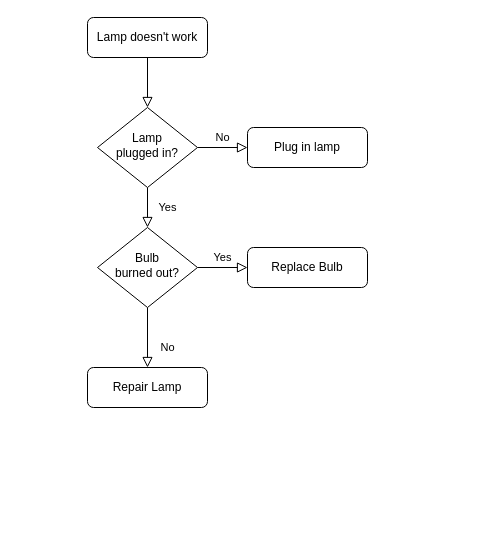
Above: Untitled Diagram.drawio in MrC-J-H/Lesson-11 (draw.io), before the change. Source tidied: cells renumbered, new cells numbered last; positions are measured from the earlier drawing's top-left corner, leaving out a move shared by most shapes. Both pictures are drawn from the tidied source at 100%, with x=0, y=0 at pixel (87, 17).
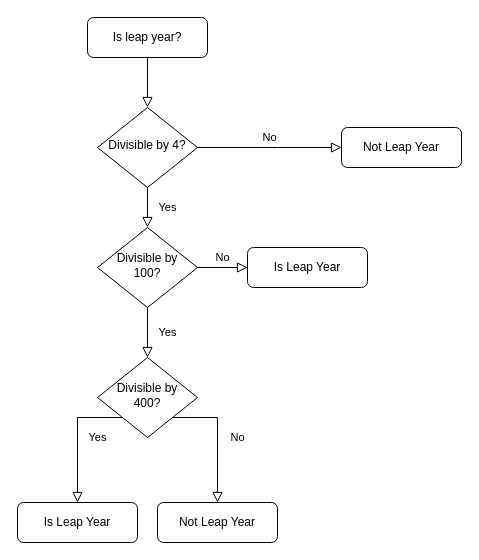
The same diagram, later.

Change to the diagram source:
```diff
@@
-    <mxCell id="3" value="Lamp doesn't work" style="rounded=1;whiteSpace=wrap;html=1;fontSize=12;glass=0;strokeWidth=1;shadow=0;" parent="1" vertex="1">
+    <mxCell id="3" value="Is leap year?" style="rounded=1;whiteSpace=wrap;html=1;fontSize=12;glass=0;strokeWidth=1;shadow=0;" parent="1" vertex="1">
       <mxGeometry width="120" height="40" as="geometry" />
     </mxCell>
     <mxCell id="4" value="Yes" style="rounded=0;html=1;jettySize=auto;fontSize=11;endArrow=block;endFill=0;endSize=8;strokeWidth=1;shadow=0;labelBackgroundColor=none;edgeStyle=orthogonalEdgeStyle;" parent="1" edge="1" source="6" target="10">
-      <mxGeometry y="20" relative="1" as="geometry" />
+      <mxGeometry y="20" relative="1" as="geometry">
+        <Array as="points">
+          <mxPoint x="60" y="200" />
+          <mxPoint x="60" y="200" />
+        </Array>
+      </mxGeometry>
     </mxCell>
     <mxCell id="5" value="No" style="edgeStyle=orthogonalEdgeStyle;rounded=0;html=1;jettySize=auto;fontSize=11;endArrow=block;endFill=0;endSize=8;strokeWidth=1;shadow=0;labelBackgroundColor=none;" parent="1" edge="1" source="6" target="7">
-      <mxGeometry y="10" relative="1" as="geometry" />
+      <mxGeometry y="10" relative="1" as="geometry">
+        <Array as="points">
+          <mxPoint x="190" y="130" />
+          <mxPoint x="190" y="130" />
+        </Array>
+      </mxGeometry>
     </mxCell>
-    <mxCell id="6" value="Lamp&lt;br&gt;plugged in?" style="rhombus;whiteSpace=wrap;html=1;shadow=0;fontFamily=Helvetica;fontSize=12;align=center;strokeWidth=1;spacing=6;spacingTop=-4;" parent="1" vertex="1">
+    <mxCell id="6" value="Divisible by 4?" style="rhombus;whiteSpace=wrap;html=1;shadow=0;fontFamily=Helvetica;fontSize=12;align=center;strokeWidth=1;spacing=6;spacingTop=-4;" parent="1" vertex="1">
       <mxGeometry x="10" y="90" width="100" height="80" as="geometry" />
     </mxCell>
-    <mxCell id="7" value="Plug in lamp" style="rounded=1;whiteSpace=wrap;html=1;fontSize=12;glass=0;strokeWidth=1;shadow=0;" parent="1" vertex="1">
-      <mxGeometry x="160" y="110" width="120" height="40" as="geometry" />
+    <mxCell id="7" value="Not Leap Year" style="rounded=1;whiteSpace=wrap;html=1;fontSize=12;glass=0;strokeWidth=1;shadow=0;" parent="1" vertex="1">
+      <mxGeometry x="254" y="110" width="120" height="40" as="geometry" />
     </mxCell>
-    <mxCell id="8" value="No" style="rounded=0;html=1;jettySize=auto;fontSize=11;endArrow=block;endFill=0;endSize=8;strokeWidth=1;shadow=0;labelBackgroundColor=none;edgeStyle=orthogonalEdgeStyle;" parent="1" edge="1" source="10" target="11">
-      <mxGeometry x="0.33" y="20" relative="1" as="geometry" />
-    </mxCell>
-    <mxCell id="9" value="Yes" style="edgeStyle=orthogonalEdgeStyle;rounded=0;html=1;jettySize=auto;fontSize=11;endArrow=block;endFill=0;endSize=8;strokeWidth=1;shadow=0;labelBackgroundColor=none;" parent="1" edge="1" source="10" target="12">
+    <mxCell id="9" value="No" style="edgeStyle=orthogonalEdgeStyle;rounded=0;html=1;jettySize=auto;fontSize=11;endArrow=block;endFill=0;endSize=8;strokeWidth=1;shadow=0;labelBackgroundColor=none;" parent="1" edge="1" source="10" target="12">
       <mxGeometry y="10" relative="1" as="geometry" />
     </mxCell>
-    <mxCell id="10" value="Bulb&lt;br&gt;burned out?" style="rhombus;whiteSpace=wrap;html=1;shadow=0;fontFamily=Helvetica;fontSize=12;align=center;strokeWidth=1;spacing=6;spacingTop=-4;" parent="1" vertex="1">
+    <mxCell id="10" value="Divisible by 100?" style="rhombus;whiteSpace=wrap;html=1;shadow=0;fontFamily=Helvetica;fontSize=12;align=center;strokeWidth=1;spacing=6;spacingTop=-4;" parent="1" vertex="1">
       <mxGeometry x="10" y="210" width="100" height="80" as="geometry" />
     </mxCell>
-    <mxCell id="11" value="Repair Lamp" style="rounded=1;whiteSpace=wrap;html=1;fontSize=12;glass=0;strokeWidth=1;shadow=0;" parent="1" vertex="1">
-      <mxGeometry y="350" width="120" height="40" as="geometry" />
+    <mxCell id="11" value="Is Leap Year" style="rounded=1;whiteSpace=wrap;html=1;fontSize=12;glass=0;strokeWidth=1;shadow=0;" parent="1" vertex="1">
+      <mxGeometry x="-70" y="485" width="120" height="40" as="geometry" />
     </mxCell>
-    <mxCell id="12" value="Replace Bulb" style="rounded=1;whiteSpace=wrap;html=1;fontSize=12;glass=0;strokeWidth=1;shadow=0;" parent="1" vertex="1">
+    <mxCell id="12" value="Is Leap Year" style="rounded=1;whiteSpace=wrap;html=1;fontSize=12;glass=0;strokeWidth=1;shadow=0;" parent="1" vertex="1">
       <mxGeometry x="160" y="230" width="120" height="40" as="geometry" />
     </mxCell>
+    <mxCell id="13" value="Divisible by 400?" style="rhombus;whiteSpace=wrap;html=1;shadow=0;fontFamily=Helvetica;fontSize=12;align=center;strokeWidth=1;spacing=6;spacingTop=-4;" parent="1" vertex="1">
+      <mxGeometry x="10" y="340" width="100" height="80" as="geometry" />
+    </mxCell>
+    <mxCell id="14" value="Yes" style="rounded=0;html=1;jettySize=auto;fontSize=11;endArrow=block;endFill=0;endSize=8;strokeWidth=1;shadow=0;labelBackgroundColor=none;edgeStyle=orthogonalEdgeStyle;exitX=0.5;exitY=1;exitDx=0;exitDy=0;entryX=0.5;entryY=0;entryDx=0;entryDy=0;" parent="1" edge="1" source="10" target="13">
+      <mxGeometry y="20" relative="1" as="geometry">
+        <Array as="points">
+          <mxPoint x="60" y="330" />
+          <mxPoint x="60" y="330" />
+        </Array>
+      </mxGeometry>
+    </mxCell>
+    <mxCell id="15" value="Not Leap Year" style="rounded=1;whiteSpace=wrap;html=1;fontSize=12;glass=0;strokeWidth=1;shadow=0;" parent="1" vertex="1">
+      <mxGeometry x="70" y="485" width="120" height="40" as="geometry" />
+    </mxCell>
+    <mxCell id="8" value="No" style="rounded=0;html=1;jettySize=auto;orthogonalLoop=1;fontSize=11;endArrow=block;endFill=0;endSize=8;strokeWidth=1;shadow=0;labelBackgroundColor=none;edgeStyle=orthogonalEdgeStyle;exitX=1;exitY=1;exitDx=0;exitDy=0;entryX=0.5;entryY=0;entryDx=0;entryDy=0;" parent="1" edge="1">
+      <mxGeometry y="20" relative="1" as="geometry">
+        <mxPoint x="85" y="400" as="sourcePoint" />
+        <mxPoint x="130" y="485" as="targetPoint" />
+        <Array as="points">
+          <mxPoint x="130" y="400" />
+        </Array>
+      </mxGeometry>
+    </mxCell>
+    <mxCell id="16" value="Yes" style="rounded=0;html=1;jettySize=auto;fontSize=11;endArrow=block;endFill=0;endSize=8;strokeWidth=1;shadow=0;labelBackgroundColor=none;edgeStyle=orthogonalEdgeStyle;entryX=0.5;entryY=0;entryDx=0;entryDy=0;exitX=0;exitY=1;exitDx=0;exitDy=0;" parent="1" edge="1" source="13" target="11">
+      <mxGeometry y="20" relative="1" as="geometry">
+        <Array as="points">
+          <mxPoint x="-10" y="400" />
+        </Array>
+      </mxGeometry>
+    </mxCell>
```
